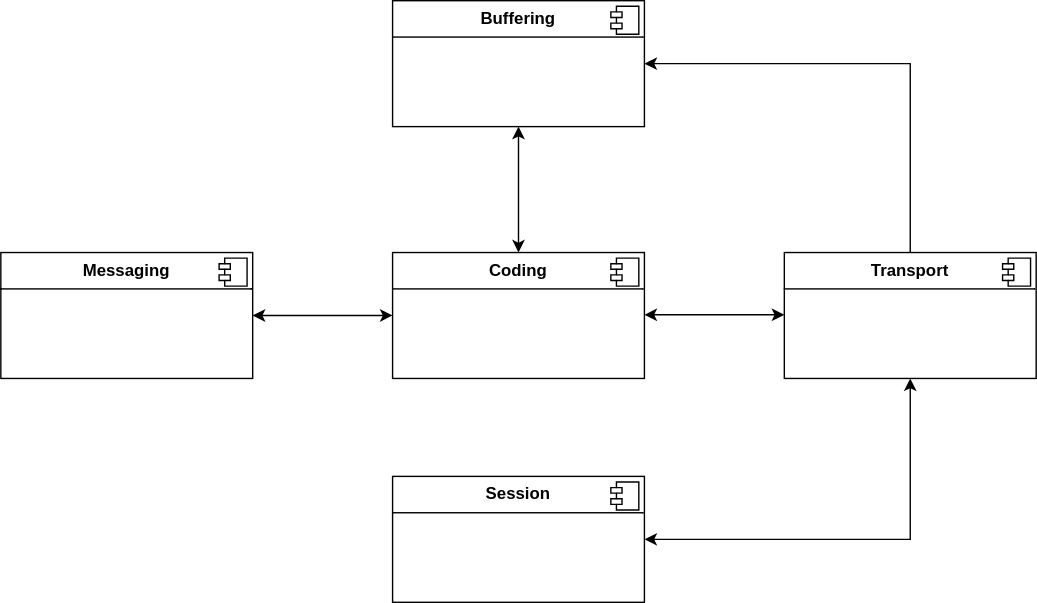
Before: images/core_design.svg, a diagram exported from draw.io (BuzzX8/HyperMsg). Source tidied: cells renumbered, new cells last; positions are measured from the earlier drawing's top-left corner, leaving out a move shared by most shapes.
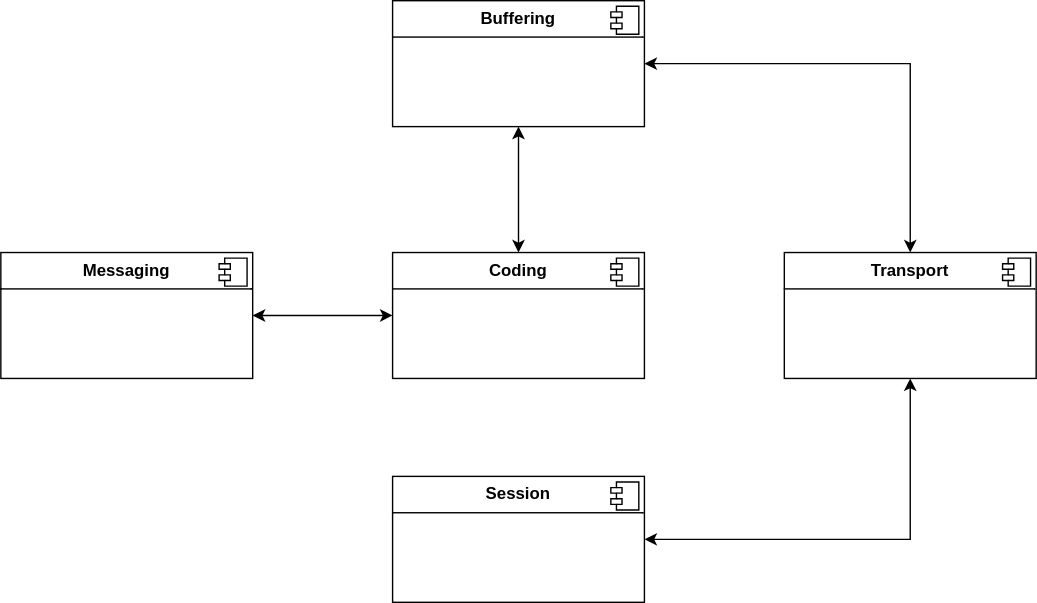
The same diagram one commit later.

What changed in the source:
```diff
@@ -18,7 +18,7 @@
         <mxPoint x="-24" y="4" as="offset" />
       </mxGeometry>
     </mxCell>
-    <mxCell id="6" style="edgeStyle=orthogonalEdgeStyle;rounded=0;jettySize=auto;html=1;exitX=0.5;exitY=0;exitDx=0;exitDy=0;entryX=1;entryY=0.5;entryDx=0;entryDy=0;" parent="1" edge="1" source="7" target="2">
+    <mxCell id="6" style="edgeStyle=orthogonalEdgeStyle;rounded=0;jettySize=auto;html=1;exitX=0.5;exitY=0;exitDx=0;exitDy=0;entryX=1;entryY=0.5;entryDx=0;entryDy=0;curved=0;startArrow=classic;startFill=1;" parent="1" edge="1" source="7" target="2">
       <mxGeometry relative="1" as="geometry" />
     </mxCell>
     <mxCell id="7" value="&lt;p style=&quot;margin:0px;margin-top:6px;text-align:center;&quot;&gt;&lt;b&gt;Transport&lt;/b&gt;&lt;/p&gt;&lt;hr size=&quot;1&quot; style=&quot;border-style:solid;&quot;&gt;&lt;p style=&quot;margin:0px;margin-left:8px;&quot;&gt;&lt;br&gt;&lt;/p&gt;" style="align=left;overflow=fill;html=1;whiteSpace=wrap;" parent="1" vertex="1">
@@ -40,12 +40,6 @@
     <mxCell id="11" style="endArrow=classic;startArrow=classic;html=1;rounded=0;entryX=0;entryY=0.5;entryDx=0;entryDy=0;exitX=1;exitY=0.5;exitDx=0;exitDy=0;" parent="1" edge="1" source="9" target="4">
       <mxGeometry relative="1" as="geometry" />
     </mxCell>
-    <mxCell id="12" style="endArrow=classic;startArrow=classic;html=1;rounded=0;entryX=0;entryY=0.5;entryDx=0;entryDy=0;exitX=1;exitY=0.5;exitDx=0;exitDy=0;" parent="1" edge="1">
-      <mxGeometry relative="1" as="geometry">
-        <mxPoint x="460" y="224.5" as="sourcePoint" />
-        <mxPoint x="560" y="224.5" as="targetPoint" />
-      </mxGeometry>
-    </mxCell>
     <mxCell id="13" style="endArrow=classic;startArrow=classic;html=1;rounded=0;entryX=0.5;entryY=1;entryDx=0;entryDy=0;exitX=0.5;exitY=0;exitDx=0;exitDy=0;" parent="1" edge="1" source="4" target="2">
       <mxGeometry relative="1" as="geometry" />
     </mxCell>
```
